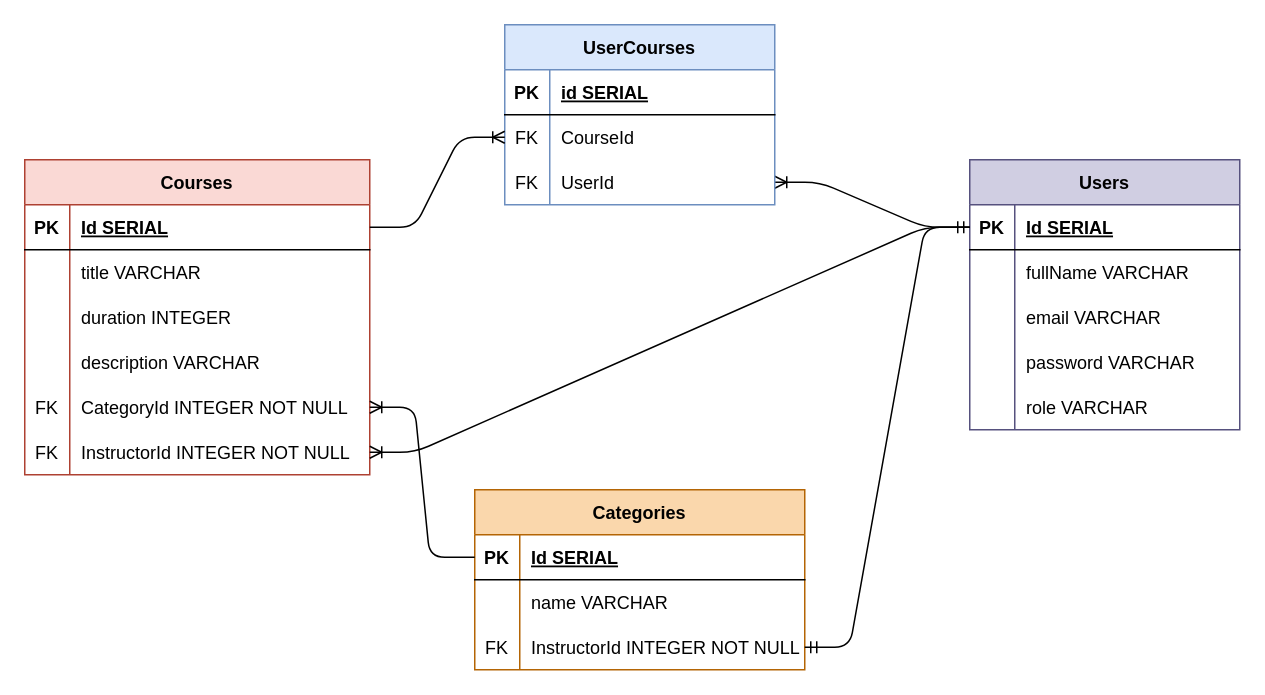
fadhildaffa/zenqu-tech keeps this draw.io diagram as schema.drawio. Above is the earlier version. Source tidied: cells renumbered, new cells numbered last; positions are measured from the earlier drawing's top-left corner, leaving out a move shared by most shapes. Both pictures are drawn from the tidied source at 150%, with x=0, y=0 at pixel (24, 24).
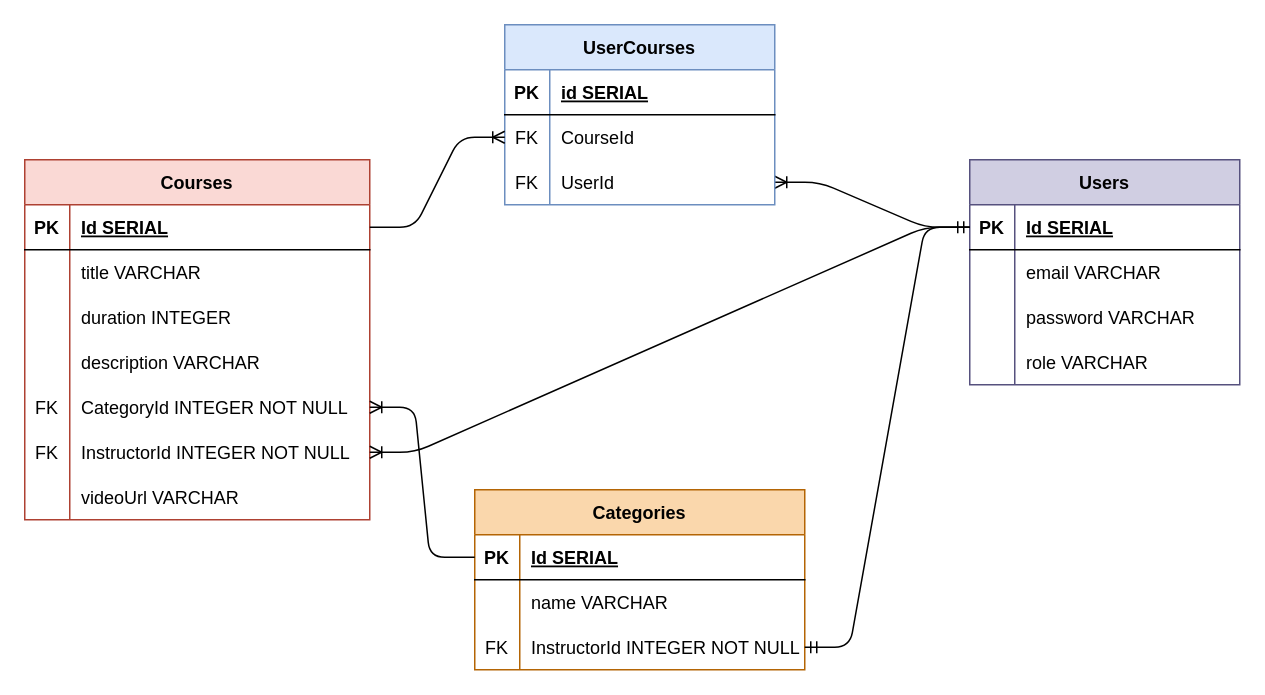
The same diagram, later.

The edit, as a diff of the source:
```diff
@@
     <mxCell id="2" value="Courses" style="shape=table;startSize=30;childLayout=tableLayout;rowLines=0;fontStyle=1;align=center;fillColor=#fad9d5;strokeColor=#ae4132;" parent="1" vertex="1">
-      <mxGeometry y="90" width="230" height="210" as="geometry" />
+      <mxGeometry y="90" width="230" height="240" as="geometry" />
     </mxCell>
@@
+    <mxCell id="62" style="shape=tableRow;horizontal=0;startSize=0;swimlaneHead=0;swimlaneBody=0;fillColor=none;top=0;left=0;right=0;bottom=0;" parent="2" vertex="1">
+      <mxGeometry y="210" width="230" height="30" as="geometry" />
+    </mxCell>
+    <mxCell id="36" style="shape=partialRectangle;fillColor=none;top=0;left=0;bottom=0;right=0;overflow=hidden;" parent="62" vertex="1">
+      <mxGeometry width="30" height="30" as="geometry" />
+    </mxCell>
+    <mxCell id="63" value="videoUrl VARCHAR" style="shape=partialRectangle;fillColor=none;top=0;left=0;bottom=0;right=0;align=left;spacingLeft=6;overflow=hidden;" parent="62" vertex="1">
+      <mxGeometry x="30" width="200" height="30" as="geometry" />
+    </mxCell>
@@
     <mxCell id="31" value="Users" style="shape=table;startSize=30;childLayout=tableLayout;rowLines=0;fontStyle=1;align=center;labelBackgroundColor=none;fillColor=#d0cee2;strokeColor=#56517e;" parent="1" vertex="1">
-      <mxGeometry x="630" y="90" width="180" height="180" as="geometry" />
+      <mxGeometry x="630" y="90" width="180" height="150" as="geometry" />
     </mxCell>
@@
-    <mxCell id="35" style="shape=tableRow;horizontal=0;startSize=0;swimlaneHead=0;swimlaneBody=0;fillColor=none;top=0;left=0;right=0;bottom=0;" parent="31" vertex="1">
-      <mxGeometry y="60" width="180" height="30" as="geometry" />
-    </mxCell>
-    <mxCell id="36" style="shape=partialRectangle;fillColor=none;top=0;left=0;bottom=0;right=0;overflow=hidden;" parent="35" vertex="1">
-      <mxGeometry width="30" height="30" as="geometry" />
-    </mxCell>
-    <mxCell id="37" value="fullName VARCHAR" style="shape=partialRectangle;fillColor=none;top=0;left=0;bottom=0;right=0;align=left;spacingLeft=6;overflow=hidden;" parent="35" vertex="1">
-      <mxGeometry x="30" width="150" height="30" as="geometry" />
-    </mxCell>
     <mxCell id="38" style="shape=tableRow;horizontal=0;startSize=0;swimlaneHead=0;swimlaneBody=0;fillColor=none;top=0;left=0;right=0;bottom=0;" parent="31" vertex="1">
-      <mxGeometry y="90" width="180" height="30" as="geometry" />
+      <mxGeometry y="60" width="180" height="30" as="geometry" />
     </mxCell>
@@
     <mxCell id="41" style="shape=tableRow;horizontal=0;startSize=0;swimlaneHead=0;swimlaneBody=0;fillColor=none;top=0;left=0;right=0;bottom=0;" parent="31" vertex="1">
-      <mxGeometry y="120" width="180" height="30" as="geometry" />
+      <mxGeometry y="90" width="180" height="30" as="geometry" />
     </mxCell>
@@
     <mxCell id="44" style="shape=tableRow;horizontal=0;startSize=0;swimlaneHead=0;swimlaneBody=0;fillColor=none;top=0;left=0;right=0;bottom=0;" parent="31" vertex="1">
-      <mxGeometry y="150" width="180" height="30" as="geometry" />
+      <mxGeometry y="120" width="180" height="30" as="geometry" />
     </mxCell>
```
